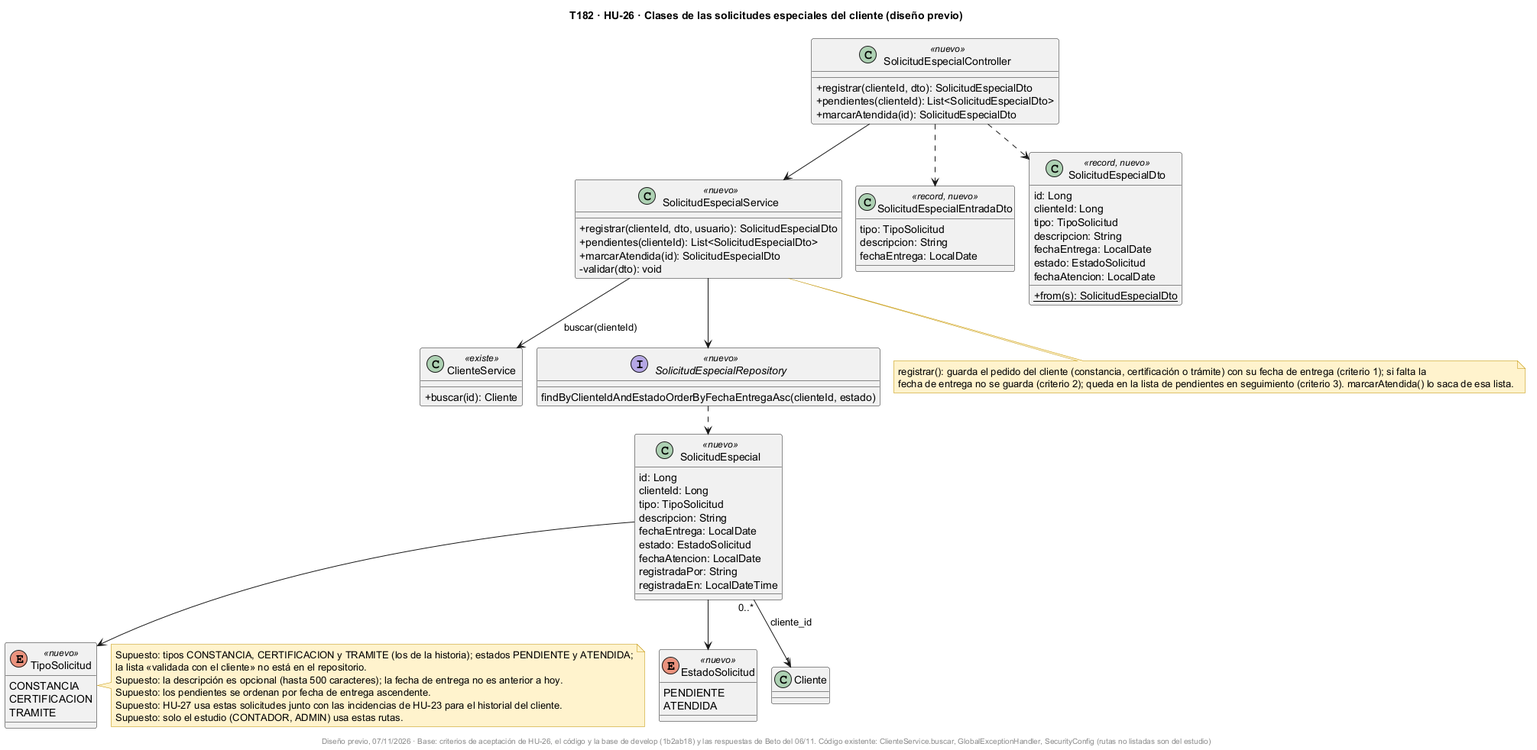
The PlantUML diagram docs/uml/img/T182-HU26-clases.png in fabianrodriguez33/plus-contable, before a commit. Its diagram source:
```plantuml
@startuml
!pragma layout smetana
skinparam classAttributeIconSize 0
title T182 · HU-26 · Clases de las solicitudes especiales del cliente (diseño previo)
skinparam shadowing false
skinparam noteBackgroundColor #FFF2CC
skinparam noteBorderColor #BF9000

class SolicitudEspecialController <<nuevo>> {
  +registrar(clienteId, dto): SolicitudEspecialDto
  +pendientes(clienteId): List<SolicitudEspecialDto>
  +marcarAtendida(id): SolicitudEspecialDto
}
class SolicitudEspecialService <<nuevo>> {
  +registrar(clienteId, dto, usuario): SolicitudEspecialDto
  +pendientes(clienteId): List<SolicitudEspecialDto>
  +marcarAtendida(id): SolicitudEspecialDto
  -validar(dto): void
}
class ClienteService <<existe>> {
  +buscar(id): Cliente
}
class SolicitudEspecial <<nuevo>> {
  id: Long
  clienteId: Long
  tipo: TipoSolicitud
  descripcion: String
  fechaEntrega: LocalDate
  estado: EstadoSolicitud
  fechaAtencion: LocalDate
  registradaPor: String
  registradaEn: LocalDateTime
}
enum TipoSolicitud <<nuevo>> {
  CONSTANCIA
  CERTIFICACION
  TRAMITE
}
enum EstadoSolicitud <<nuevo>> {
  PENDIENTE
  ATENDIDA
}
class SolicitudEspecialEntradaDto <<record, nuevo>> {
  tipo: TipoSolicitud
  descripcion: String
  fechaEntrega: LocalDate
}
class SolicitudEspecialDto <<record, nuevo>> {
  id: Long
  clienteId: Long
  tipo: TipoSolicitud
  descripcion: String
  fechaEntrega: LocalDate
  estado: EstadoSolicitud
  fechaAtencion: LocalDate
  +{static} from(s): SolicitudEspecialDto
}
interface SolicitudEspecialRepository <<nuevo>> {
  findByClienteIdAndEstadoOrderByFechaEntregaAsc(clienteId, estado)
}

SolicitudEspecialController --> SolicitudEspecialService
SolicitudEspecialController ..> SolicitudEspecialEntradaDto
SolicitudEspecialController ..> SolicitudEspecialDto
SolicitudEspecialService --> ClienteService : buscar(clienteId)
SolicitudEspecialService --> SolicitudEspecialRepository
SolicitudEspecialRepository ..> SolicitudEspecial
SolicitudEspecial --> TipoSolicitud
SolicitudEspecial --> EstadoSolicitud
SolicitudEspecial "0..*" --> "1" Cliente : cliente_id

note bottom of SolicitudEspecialService
  registrar(): guarda el pedido del cliente (constancia, certificación o trámite) con su fecha de entrega (criterio 1); si falta la
  fecha de entrega no se guarda (criterio 2); queda en la lista de pendientes en seguimiento (criterio 3). marcarAtendida() lo saca de esa lista.
end note
note right of TipoSolicitud
  Supuesto: tipos CONSTANCIA, CERTIFICACION y TRAMITE (los de la historia); estados PENDIENTE y ATENDIDA;
  la lista «validada con el cliente» no está en el repositorio.
  Supuesto: la descripción es opcional (hasta 500 caracteres); la fecha de entrega no es anterior a hoy.
  Supuesto: los pendientes se ordenan por fecha de entrega ascendente.
  Supuesto: HU-27 usa estas solicitudes junto con las incidencias de HU-23 para el historial del cliente.
  Supuesto: solo el estudio (CONTADOR, ADMIN) usa estas rutas.
end note
footer Diseño previo, 07/11/2026 · Base: criterios de aceptación de HU-26, el código y la base de develop (1b2ab18) y las respuestas de Beto del 06/11. Código existente: ClienteService.buscar, GlobalExceptionHandler, SecurityConfig (rutas no listadas son del estudio)
@enduml
```
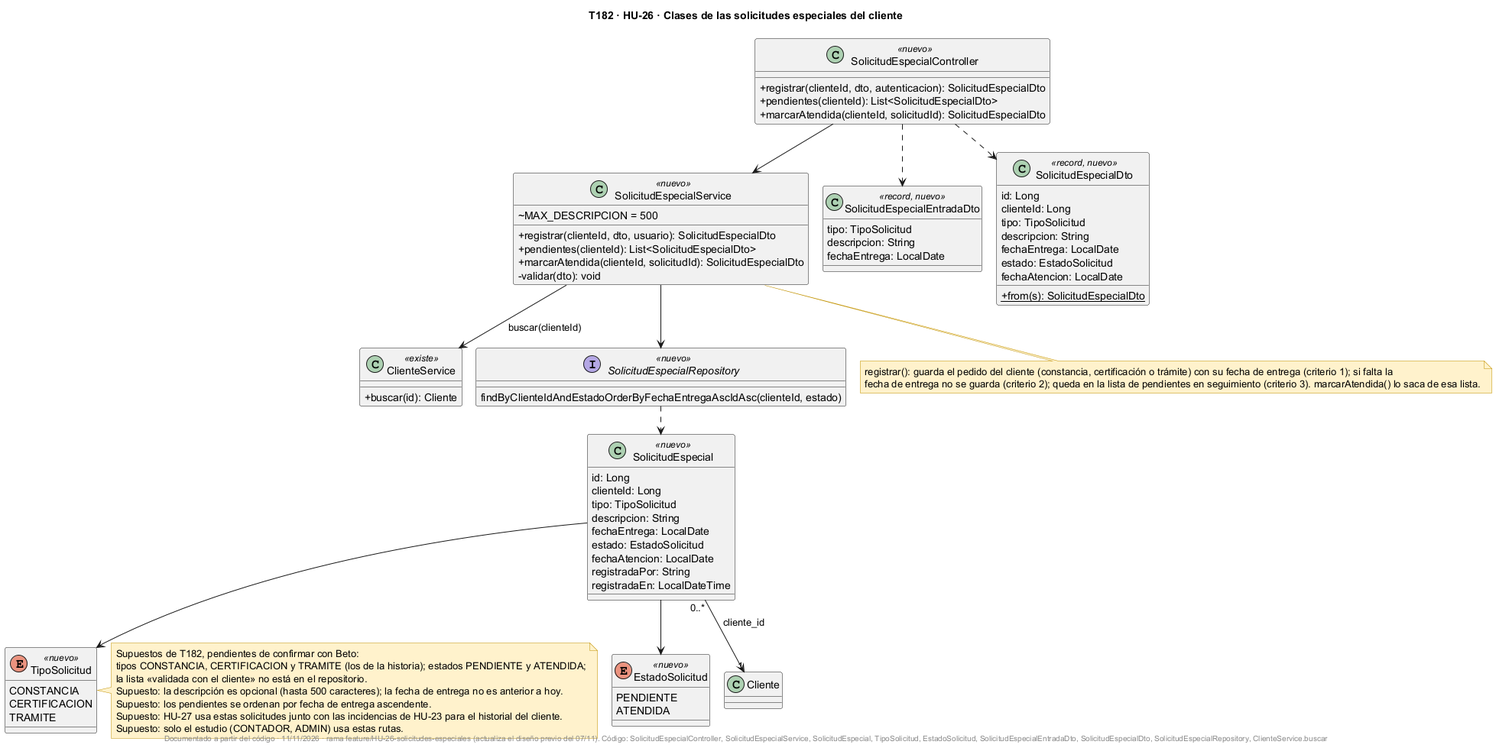
The same diagram one commit later.

Diff of the diagram source:
```diff
@@ -1,21 +1,22 @@
 @startuml
 !pragma layout smetana
 skinparam classAttributeIconSize 0
-title T182 · HU-26 · Clases de las solicitudes especiales del cliente (diseño previo)
+title T182 · HU-26 · Clases de las solicitudes especiales del cliente
 skinparam shadowing false
 skinparam noteBackgroundColor #FFF2CC
 skinparam noteBorderColor #BF9000
 
 class SolicitudEspecialController <<nuevo>> {
-  +registrar(clienteId, dto): SolicitudEspecialDto
+  +registrar(clienteId, dto, autenticacion): SolicitudEspecialDto
   +pendientes(clienteId): List<SolicitudEspecialDto>
-  +marcarAtendida(id): SolicitudEspecialDto
+  +marcarAtendida(clienteId, solicitudId): SolicitudEspecialDto
 }
 class SolicitudEspecialService <<nuevo>> {
   +registrar(clienteId, dto, usuario): SolicitudEspecialDto
   +pendientes(clienteId): List<SolicitudEspecialDto>
-  +marcarAtendida(id): SolicitudEspecialDto
+  +marcarAtendida(clienteId, solicitudId): SolicitudEspecialDto
   -validar(dto): void
+  ~MAX_DESCRIPCION = 500
 }
 class ClienteService <<existe>> {
   +buscar(id): Cliente
@@ -56,7 +57,7 @@
   +{static} from(s): SolicitudEspecialDto
 }
 interface SolicitudEspecialRepository <<nuevo>> {
-  findByClienteIdAndEstadoOrderByFechaEntregaAsc(clienteId, estado)
+  findByClienteIdAndEstadoOrderByFechaEntregaAscIdAsc(clienteId, estado)
 }
 
 SolicitudEspecialController --> SolicitudEspecialService
@@ -74,12 +75,13 @@
   fecha de entrega no se guarda (criterio 2); queda en la lista de pendientes en seguimiento (criterio 3). marcarAtendida() lo saca de esa lista.
 end note
 note right of TipoSolicitud
-  Supuesto: tipos CONSTANCIA, CERTIFICACION y TRAMITE (los de la historia); estados PENDIENTE y ATENDIDA;
+  Supuestos de T182, pendientes de confirmar con Beto:
+  tipos CONSTANCIA, CERTIFICACION y TRAMITE (los de la historia); estados PENDIENTE y ATENDIDA;
   la lista «validada con el cliente» no está en el repositorio.
   Supuesto: la descripción es opcional (hasta 500 caracteres); la fecha de entrega no es anterior a hoy.
   Supuesto: los pendientes se ordenan por fecha de entrega ascendente.
   Supuesto: HU-27 usa estas solicitudes junto con las incidencias de HU-23 para el historial del cliente.
   Supuesto: solo el estudio (CONTADOR, ADMIN) usa estas rutas.
 end note
-footer Diseño previo, 07/11/2026 · Base: criterios de aceptación de HU-26, el código y la base de develop (1b2ab18) y las respuestas de Beto del 06/11. Código existente: ClienteService.buscar, GlobalExceptionHandler, SecurityConfig (rutas no listadas son del estudio)
+footer Documentado a partir del código · 11/11/2026 · rama feature/HU-26-solicitudes-especiales (actualiza el diseño previo del 07/11). Código: SolicitudEspecialController, SolicitudEspecialService, SolicitudEspecial, TipoSolicitud, EstadoSolicitud, SolicitudEspecialEntradaDto, SolicitudEspecialDto, SolicitudEspecialRepository, ClienteService.buscar
 @enduml
```
